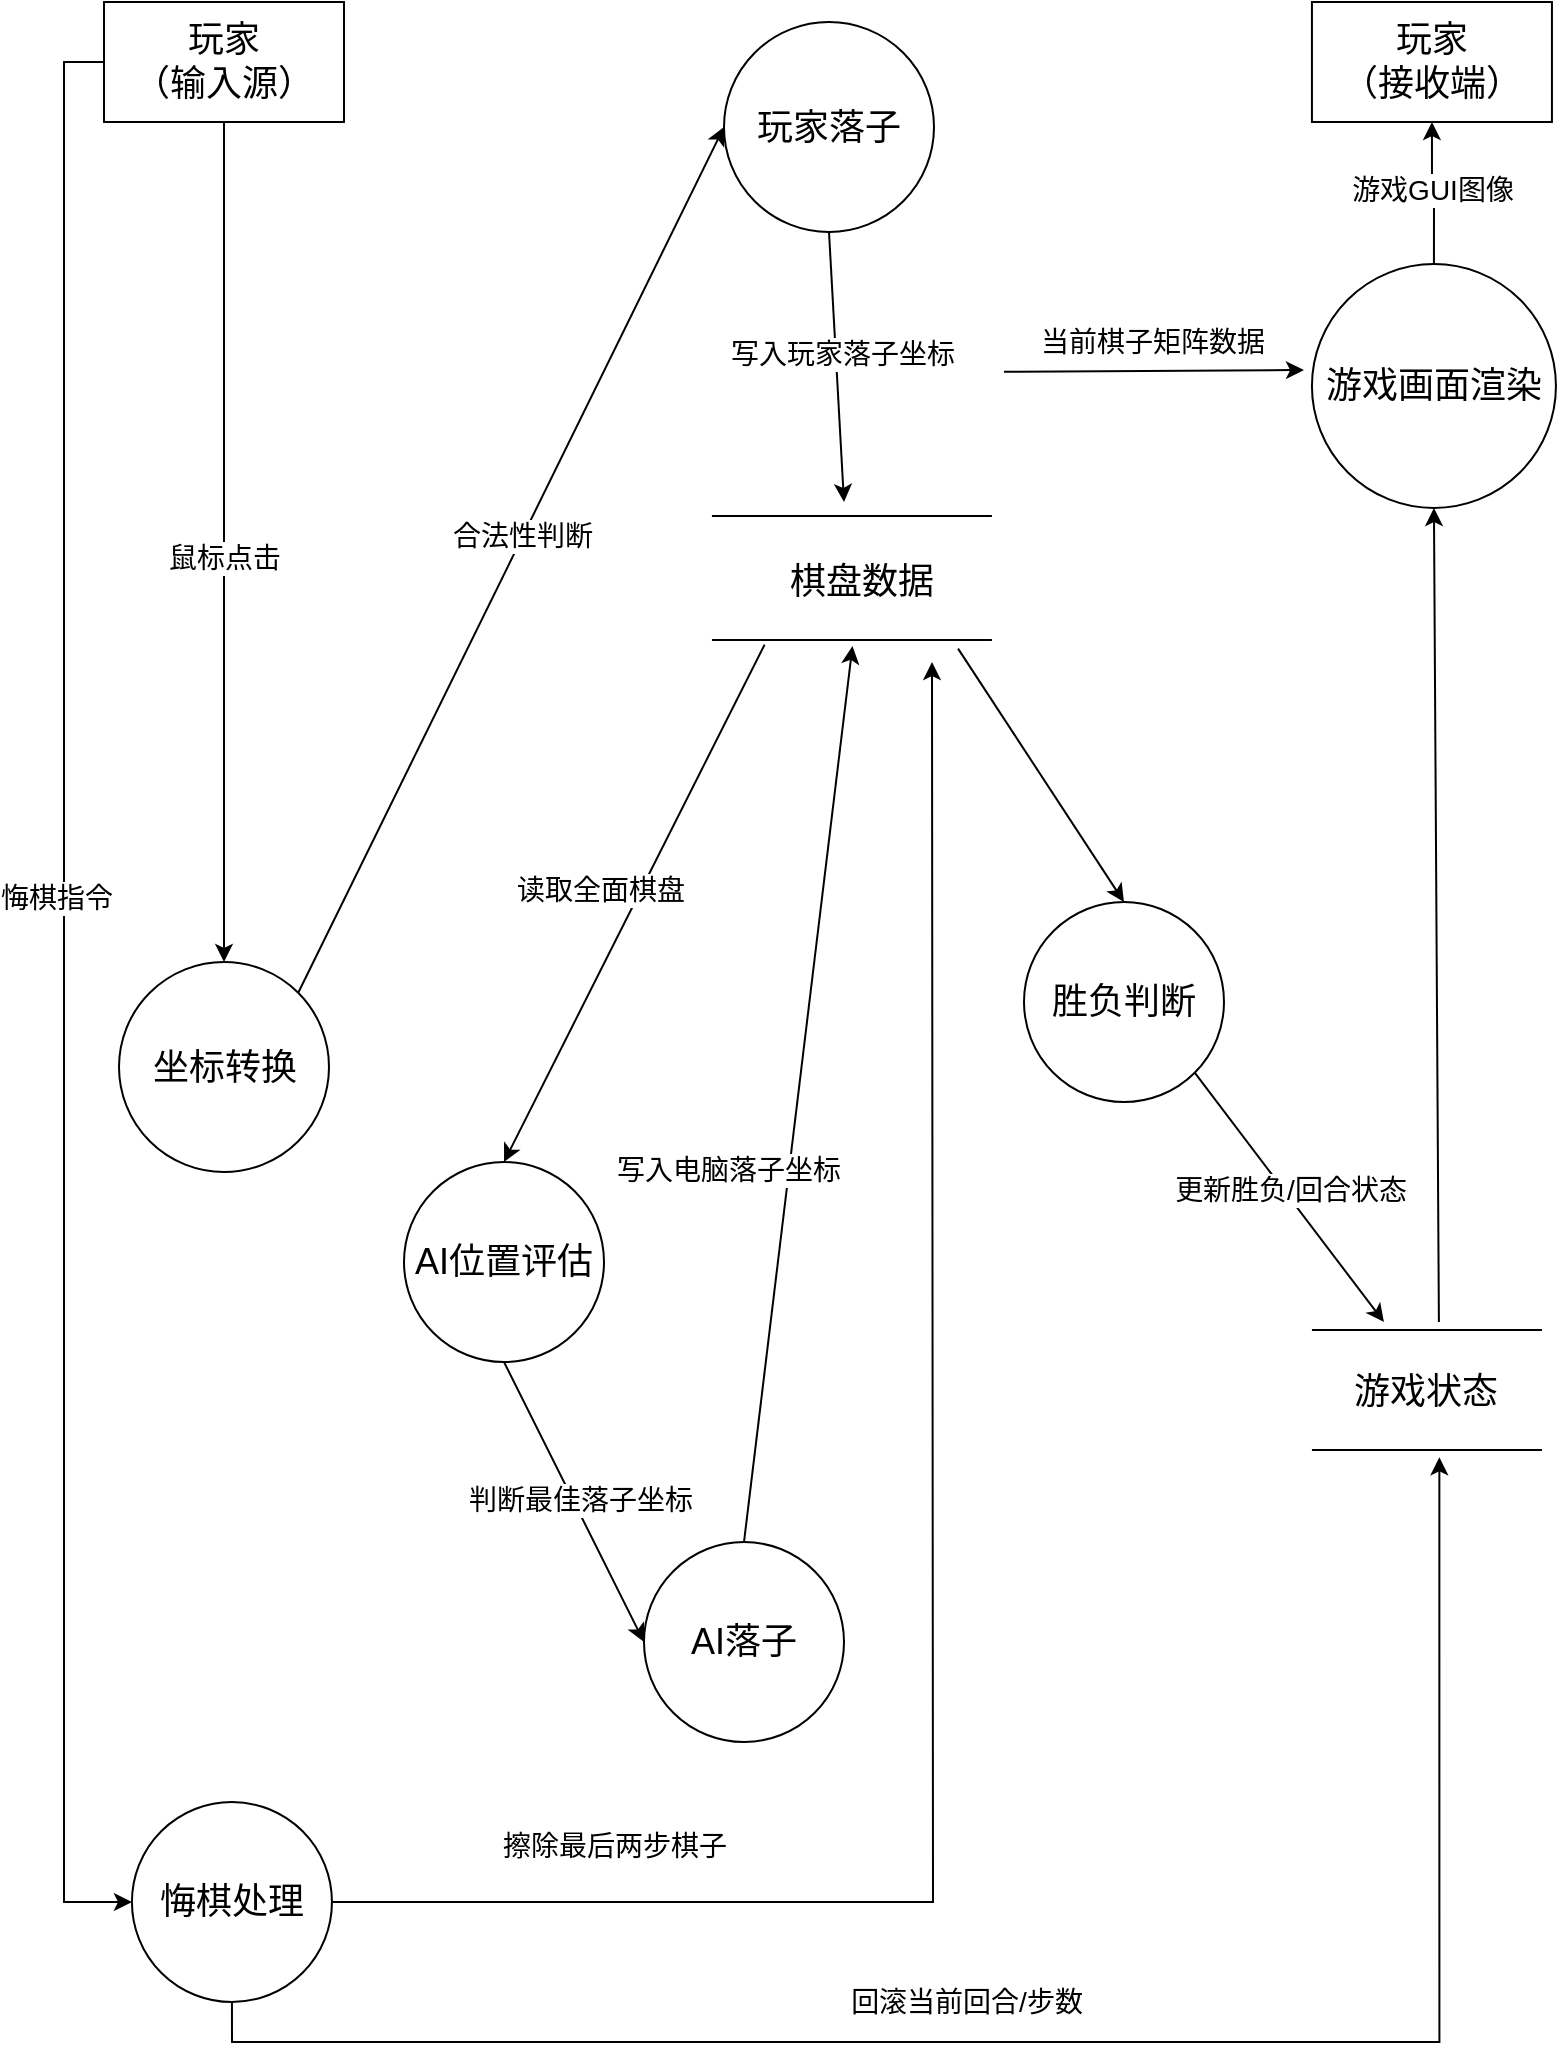
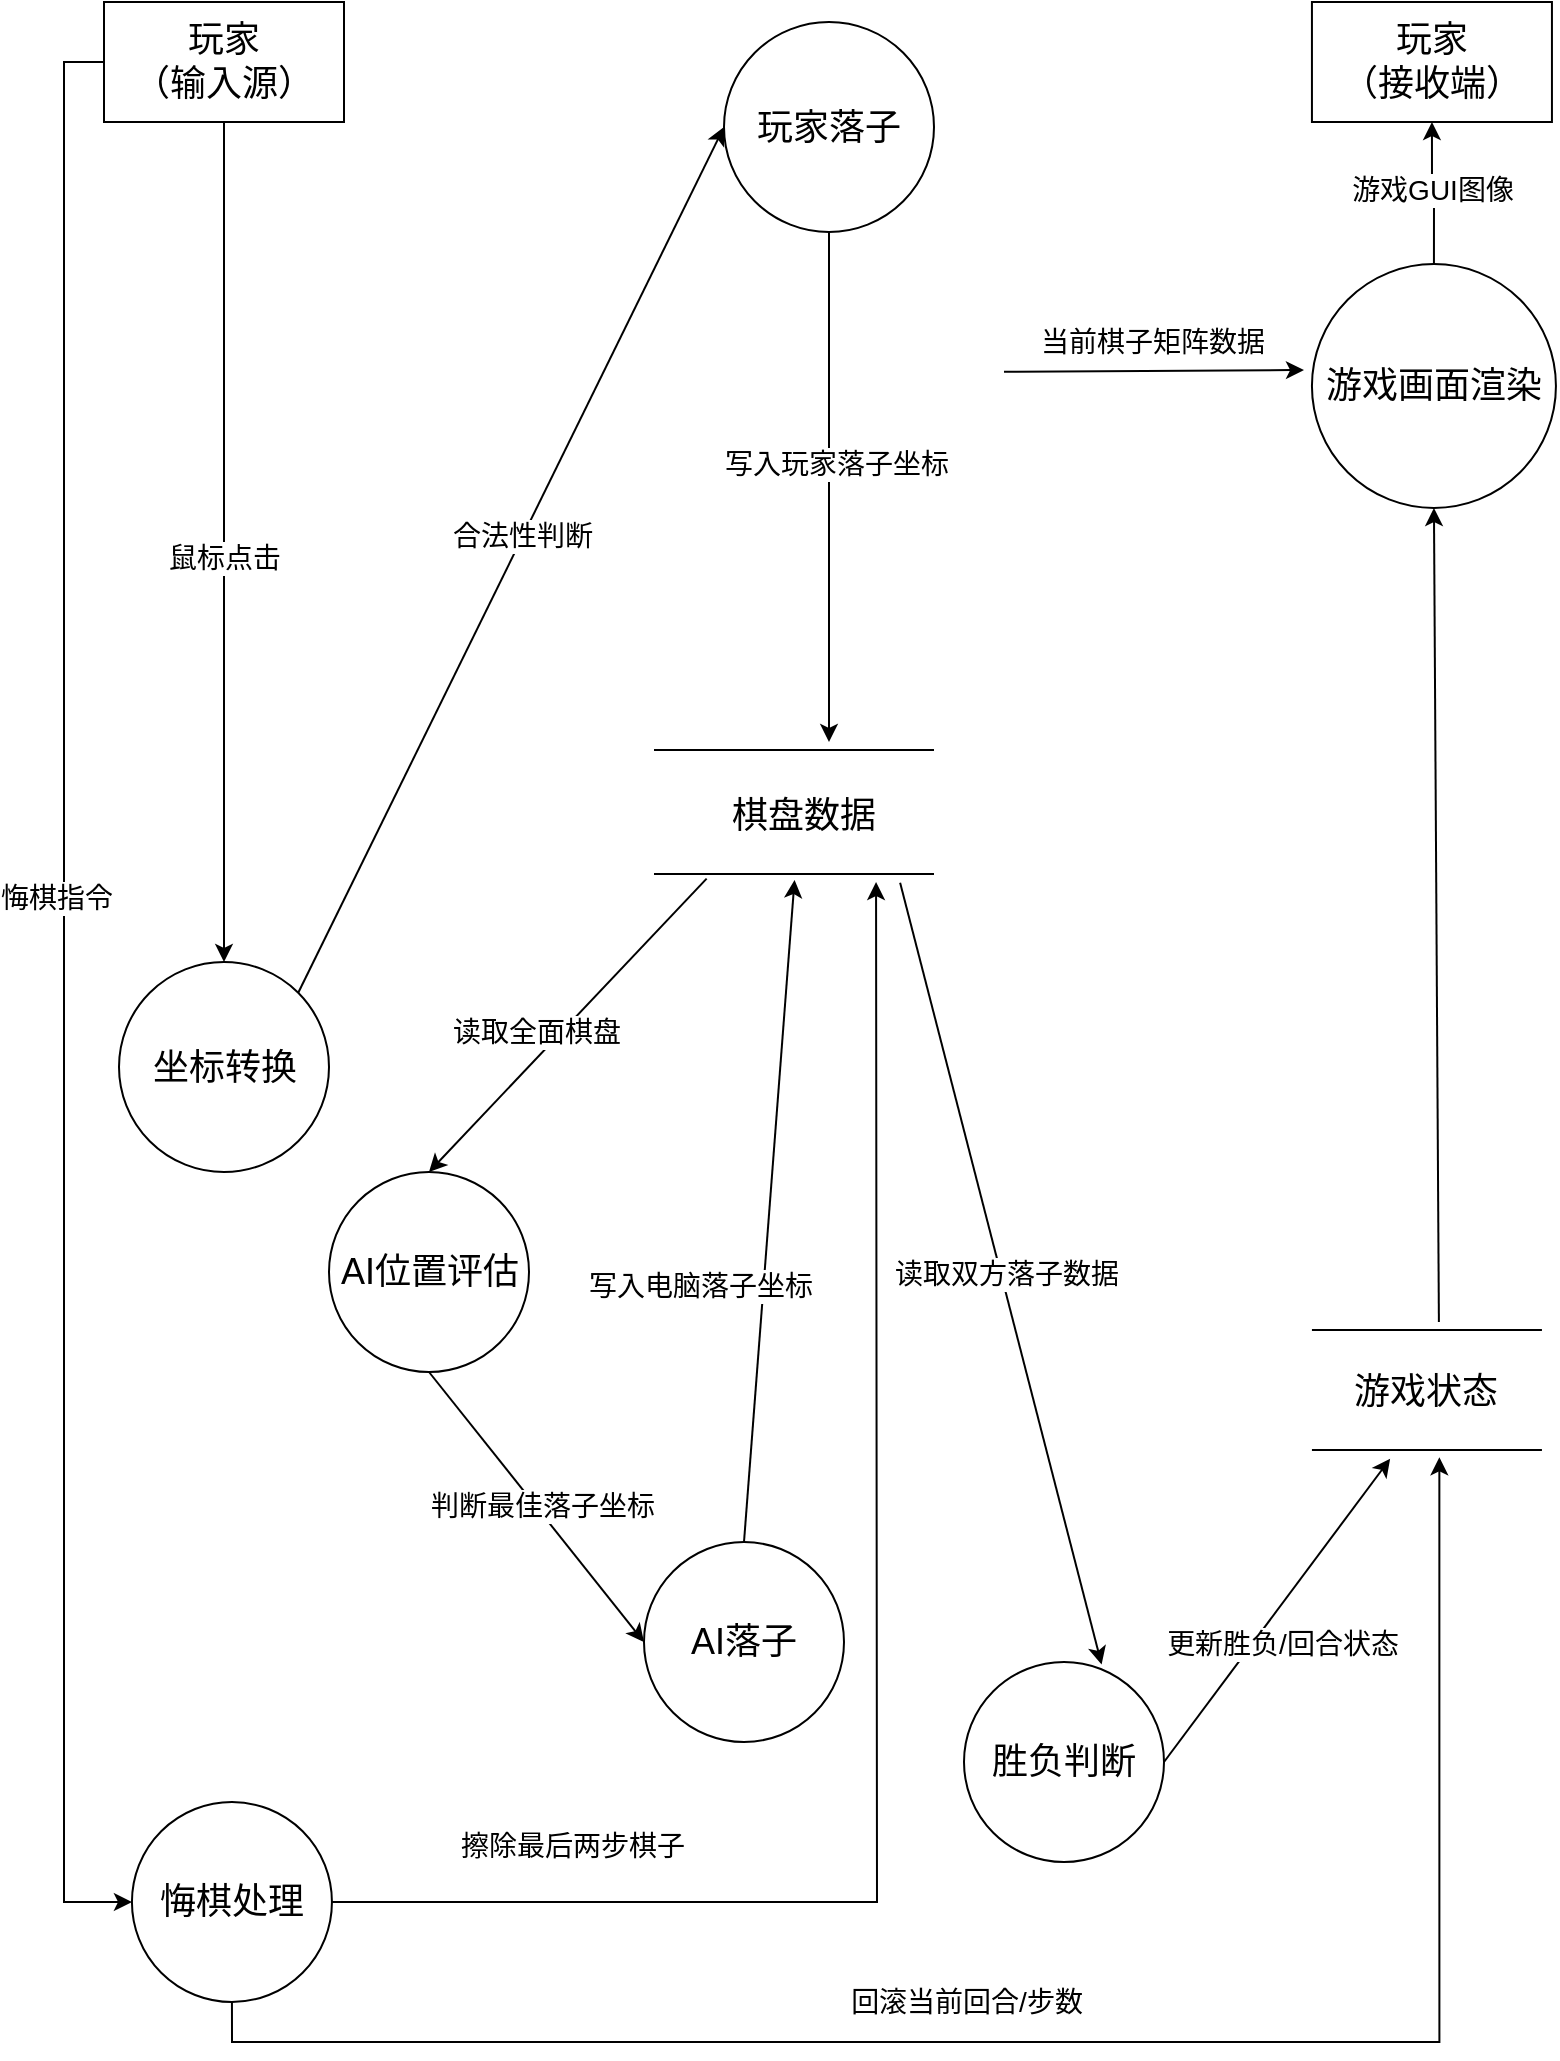
<mxfile host="app.diagrams.net">
  <diagram name="Page-1" id="hryGj0KzSXnJhMcqTr9-">
    <mxGraphModel dx="1413" dy="971" grid="1" gridSize="10" guides="1" tooltips="1" connect="1" arrows="1" fold="1" page="1" pageScale="1" pageWidth="827" pageHeight="1169" math="0" shadow="0">
      <root>
        <mxCell id="0" />
        <mxCell id="1" parent="0" />
        <mxCell id="fDHwApNMCYBN-XmplwMt-11" edge="1" parent="1" source="fDHwApNMCYBN-XmplwMt-3" style="rounded=0;orthogonalLoop=1;jettySize=auto;html=1;exitX=0.5;exitY=1;exitDx=0;exitDy=0;entryX=0.5;entryY=0;entryDx=0;entryDy=0;" target="SoA14i47H3jGXmkj97EN-22">
          <mxGeometry relative="1" as="geometry">
            <mxPoint x="93.97" y="200" as="targetPoint" />
          </mxGeometry>
        </mxCell>
        <mxCell id="fDHwApNMCYBN-XmplwMt-12" connectable="0" parent="fDHwApNMCYBN-XmplwMt-11" style="edgeLabel;html=1;align=center;verticalAlign=middle;resizable=0;points=[];" value="&lt;font style=&quot;font-size: 14px;&quot;&gt;鼠标点击&lt;/font&gt;" vertex="1">
          <mxGeometry relative="1" x="0.0364" as="geometry">
            <mxPoint as="offset" />
          </mxGeometry>
        </mxCell>
        <mxCell id="SoA14i47H3jGXmkj97EN-53" edge="1" parent="1" source="fDHwApNMCYBN-XmplwMt-3" style="edgeStyle=orthogonalEdgeStyle;rounded=0;orthogonalLoop=1;jettySize=auto;html=1;exitX=0;exitY=0.5;exitDx=0;exitDy=0;entryX=0;entryY=0.5;entryDx=0;entryDy=0;" target="SoA14i47H3jGXmkj97EN-41">
          <mxGeometry relative="1" as="geometry" />
        </mxCell>
        <mxCell id="SoA14i47H3jGXmkj97EN-54" connectable="0" parent="SoA14i47H3jGXmkj97EN-53" style="edgeLabel;html=1;align=center;verticalAlign=middle;resizable=0;points=[];" value="&lt;font style=&quot;font-size: 14px;&quot;&gt;悔棋指令&lt;/font&gt;" vertex="1">
          <mxGeometry relative="1" x="-0.1018" y="-4" as="geometry">
            <mxPoint as="offset" />
          </mxGeometry>
        </mxCell>
        <mxCell id="fDHwApNMCYBN-XmplwMt-3" parent="1" style="rounded=0;whiteSpace=wrap;html=1;" value="&lt;font style=&quot;font-size: 18px;&quot;&gt;玩家&lt;/font&gt;&lt;div&gt;&lt;font style=&quot;font-size: 18px;&quot;&gt;（输入源）&lt;/font&gt;&lt;/div&gt;" vertex="1">
          <mxGeometry height="60" width="120" x="60" y="30" as="geometry" />
        </mxCell>
        <mxCell id="SoA14i47H3jGXmkj97EN-37" edge="1" parent="1" source="SoA14i47H3jGXmkj97EN-64" style="edgeStyle=orthogonalEdgeStyle;rounded=0;orthogonalLoop=1;jettySize=auto;html=1;exitX=0.5;exitY=0;exitDx=0;exitDy=0;entryX=0.5;entryY=1;entryDx=0;entryDy=0;" target="fDHwApNMCYBN-XmplwMt-10">
          <mxGeometry relative="1" as="geometry">
            <mxPoint x="723.97" y="198" as="sourcePoint" />
          </mxGeometry>
        </mxCell>
        <mxCell id="SoA14i47H3jGXmkj97EN-38" connectable="0" parent="SoA14i47H3jGXmkj97EN-37" style="edgeLabel;html=1;align=center;verticalAlign=middle;resizable=0;points=[];" value="&lt;font style=&quot;font-size: 14px;&quot;&gt;游戏GUI图像&lt;/font&gt;" vertex="1">
          <mxGeometry relative="1" x="0.0741" as="geometry">
            <mxPoint as="offset" />
          </mxGeometry>
        </mxCell>
        <mxCell id="fDHwApNMCYBN-XmplwMt-10" parent="1" style="rounded=0;whiteSpace=wrap;html=1;" value="&lt;span style=&quot;font-size: 18px;&quot;&gt;玩家&lt;/span&gt;&lt;div&gt;&lt;span style=&quot;font-size: 18px;&quot;&gt;（接收端）&lt;/span&gt;&lt;/div&gt;" vertex="1">
          <mxGeometry height="60" width="120" x="663.97" y="30" as="geometry" />
        </mxCell>
        <mxCell id="SoA14i47H3jGXmkj97EN-14" edge="1" parent="1" source="SoA14i47H3jGXmkj97EN-28" style="endArrow=classic;html=1;rounded=0;exitX=0.188;exitY=0.792;exitDx=0;exitDy=0;exitPerimeter=0;entryX=0.5;entryY=0;entryDx=0;entryDy=0;" target="SoA14i47H3jGXmkj97EN-23" value="">
          <mxGeometry height="50" relative="1" width="50" as="geometry">
            <mxPoint x="368.3400000000001" y="258.00399999999996" as="sourcePoint" />
            <mxPoint x="178.5" y="370" as="targetPoint" />
          </mxGeometry>
        </mxCell>
        <mxCell id="SoA14i47H3jGXmkj97EN-15" connectable="0" parent="SoA14i47H3jGXmkj97EN-14" style="edgeLabel;html=1;align=center;verticalAlign=middle;resizable=0;points=[];" value="&lt;font style=&quot;font-size: 14px;&quot;&gt;读取全面棋盘&lt;/font&gt;" vertex="1">
          <mxGeometry relative="1" x="-0.1782" as="geometry">
            <mxPoint x="-29" y="16" as="offset" />
          </mxGeometry>
        </mxCell>
        <mxCell id="SoA14i47H3jGXmkj97EN-16" edge="1" parent="1" style="endArrow=classic;html=1;rounded=0;" value="">
          <mxGeometry height="50" relative="1" width="50" as="geometry">
            <mxPoint x="510" y="214.91" as="sourcePoint" />
            <mxPoint x="660" y="214" as="targetPoint" />
          </mxGeometry>
        </mxCell>
        <mxCell id="SoA14i47H3jGXmkj97EN-17" connectable="0" parent="SoA14i47H3jGXmkj97EN-16" style="edgeLabel;html=1;align=center;verticalAlign=middle;resizable=0;points=[];" value="&lt;span style=&quot;font-size: 14px;&quot;&gt;当前棋子矩阵数据&lt;/span&gt;" vertex="1">
          <mxGeometry relative="1" x="0.0202" y="1" as="geometry">
            <mxPoint x="-3" y="-14" as="offset" />
          </mxGeometry>
        </mxCell>
        <mxCell id="SoA14i47H3jGXmkj97EN-75" edge="1" parent="1" source="SoA14i47H3jGXmkj97EN-22" style="rounded=0;orthogonalLoop=1;jettySize=auto;html=1;exitX=1;exitY=0;exitDx=0;exitDy=0;entryX=0;entryY=0.5;entryDx=0;entryDy=0;" target="SoA14i47H3jGXmkj97EN-74">
          <mxGeometry relative="1" as="geometry" />
        </mxCell>
        <mxCell id="SoA14i47H3jGXmkj97EN-76" connectable="0" parent="SoA14i47H3jGXmkj97EN-75" style="edgeLabel;html=1;align=center;verticalAlign=middle;resizable=0;points=[];" value="&lt;font style=&quot;font-size: 14px;&quot;&gt;合法性判断&lt;/font&gt;" vertex="1">
          <mxGeometry relative="1" x="0.0527" y="1" as="geometry">
            <mxPoint as="offset" />
          </mxGeometry>
        </mxCell>
        <mxCell id="SoA14i47H3jGXmkj97EN-22" parent="1" style="ellipse;whiteSpace=wrap;html=1;aspect=fixed;" value="&lt;font style=&quot;font-size: 18px;&quot;&gt;坐标转换&lt;/font&gt;" vertex="1">
          <mxGeometry height="105" width="105" x="67.5" y="510" as="geometry" />
        </mxCell>
        <mxCell id="SoA14i47H3jGXmkj97EN-23" parent="1" style="ellipse;whiteSpace=wrap;html=1;aspect=fixed;" value="&lt;font style=&quot;font-size: 18px;&quot;&gt;AI位置评估&lt;/font&gt;" vertex="1">
-           <mxGeometry height="100" width="100" x="210" y="610" as="geometry" />
+           <mxGeometry height="100" width="100" x="172.5" y="615" as="geometry" />
        </mxCell>
        <mxCell id="SoA14i47H3jGXmkj97EN-24" parent="1" style="ellipse;whiteSpace=wrap;html=1;aspect=fixed;" value="&lt;font style=&quot;font-size: 18px;&quot;&gt;AI落子&lt;/font&gt;" vertex="1">
          <mxGeometry height="100" width="100" x="330" y="800" as="geometry" />
        </mxCell>
-         <mxCell id="SoA14i47H3jGXmkj97EN-60" edge="1" parent="1" source="SoA14i47H3jGXmkj97EN-25" style="rounded=0;orthogonalLoop=1;jettySize=auto;html=1;exitX=1;exitY=1;exitDx=0;exitDy=0;entryX=0.313;entryY=0;entryDx=0;entryDy=0;entryPerimeter=0;" target="SoA14i47H3jGXmkj97EN-49">
+         <mxCell id="SoA14i47H3jGXmkj97EN-60" edge="1" parent="1" source="SoA14i47H3jGXmkj97EN-25" style="rounded=0;orthogonalLoop=1;jettySize=auto;html=1;exitX=1;exitY=0.5;exitDx=0;exitDy=0;entryX=0.34;entryY=1.051;entryDx=0;entryDy=0;entryPerimeter=0;" target="SoA14i47H3jGXmkj97EN-50">
          <mxGeometry relative="1" as="geometry">
            <mxPoint x="700" y="630" as="targetPoint" />
          </mxGeometry>
        </mxCell>
        <mxCell id="SoA14i47H3jGXmkj97EN-61" connectable="0" parent="SoA14i47H3jGXmkj97EN-60" style="edgeLabel;html=1;align=center;verticalAlign=middle;resizable=0;points=[];" value="&lt;font style=&quot;font-size: 14px;&quot;&gt;更新胜负/回合状态&lt;/font&gt;" vertex="1">
          <mxGeometry relative="1" x="-0.1486" y="-2" as="geometry">
            <mxPoint x="9" y="4" as="offset" />
          </mxGeometry>
        </mxCell>
        <mxCell id="SoA14i47H3jGXmkj97EN-25" parent="1" style="ellipse;whiteSpace=wrap;html=1;aspect=fixed;" value="&lt;font style=&quot;font-size: 18px;&quot;&gt;胜负判断&lt;/font&gt;" vertex="1">
-           <mxGeometry height="100" width="100" x="520" y="480" as="geometry" />
+           <mxGeometry height="100" width="100" x="490" y="860" as="geometry" />
        </mxCell>
        <mxCell id="SoA14i47H3jGXmkj97EN-27" parent="1" style="line;strokeWidth=1;fillColor=none;align=left;verticalAlign=middle;spacingTop=-1;spacingLeft=3;spacingRight=3;rotatable=0;labelPosition=right;points=[];portConstraint=eastwest;strokeColor=inherit;" value="" vertex="1">
-           <mxGeometry height="8" width="140" x="363.96999999999997" y="283" as="geometry" />
+           <mxGeometry height="8" width="140" x="335" y="400" as="geometry" />
        </mxCell>
        <mxCell id="SoA14i47H3jGXmkj97EN-28" parent="1" style="line;strokeWidth=1;fillColor=none;align=left;verticalAlign=middle;spacingTop=-1;spacingLeft=3;spacingRight=3;rotatable=0;labelPosition=right;points=[];portConstraint=eastwest;strokeColor=inherit;" value="" vertex="1">
-           <mxGeometry height="8" width="140" x="363.96999999999997" y="345" as="geometry" />
+           <mxGeometry height="8" width="140" x="335" y="462" as="geometry" />
        </mxCell>
        <mxCell id="SoA14i47H3jGXmkj97EN-29" parent="1" style="text;html=1;whiteSpace=wrap;strokeColor=none;fillColor=none;align=center;verticalAlign=middle;rounded=0;" value="&lt;font style=&quot;font-size: 18px;&quot;&gt;棋盘数据&lt;/font&gt;" vertex="1">
-           <mxGeometry height="30" width="110" x="383.96999999999997" y="305" as="geometry" />
+           <mxGeometry height="30" width="110" x="355" y="422" as="geometry" />
        </mxCell>
        <mxCell id="SoA14i47H3jGXmkj97EN-31" edge="1" parent="1" source="SoA14i47H3jGXmkj97EN-23" style="endArrow=classic;html=1;rounded=0;entryX=0;entryY=0.5;entryDx=0;entryDy=0;exitX=0.5;exitY=1;exitDx=0;exitDy=0;" target="SoA14i47H3jGXmkj97EN-24" value="">
          <mxGeometry height="50" relative="1" width="50" as="geometry">
            <mxPoint x="451.90299999999996" y="310" as="sourcePoint" />
            <mxPoint x="189.57999999999993" y="560.336" as="targetPoint" />
          </mxGeometry>
        </mxCell>
        <mxCell id="SoA14i47H3jGXmkj97EN-71" connectable="0" parent="SoA14i47H3jGXmkj97EN-31" style="edgeLabel;html=1;align=center;verticalAlign=middle;resizable=0;points=[];" value="&lt;font style=&quot;font-size: 14px;&quot;&gt;判断最佳落子坐标&lt;/font&gt;" vertex="1">
          <mxGeometry relative="1" x="0.0182" y="2" as="geometry">
            <mxPoint y="-1" as="offset" />
          </mxGeometry>
        </mxCell>
        <mxCell id="SoA14i47H3jGXmkj97EN-35" edge="1" parent="1" source="SoA14i47H3jGXmkj97EN-24" style="rounded=0;orthogonalLoop=1;jettySize=auto;html=1;exitX=0.5;exitY=0;exitDx=0;exitDy=0;entryX=0.502;entryY=0.875;entryDx=0;entryDy=0;entryPerimeter=0;" target="SoA14i47H3jGXmkj97EN-28">
          <mxGeometry relative="1" as="geometry" />
        </mxCell>
        <mxCell id="SoA14i47H3jGXmkj97EN-36" connectable="0" parent="SoA14i47H3jGXmkj97EN-35" style="edgeLabel;html=1;align=center;verticalAlign=middle;resizable=0;points=[];" value="&lt;span style=&quot;font-size: 14px;&quot;&gt;写入电脑落子坐标&lt;/span&gt;" vertex="1">
          <mxGeometry relative="1" x="-0.0044" y="1" as="geometry">
            <mxPoint x="-34" y="37" as="offset" />
          </mxGeometry>
        </mxCell>
-         <mxCell id="SoA14i47H3jGXmkj97EN-55" edge="1" parent="1" source="SoA14i47H3jGXmkj97EN-41" style="edgeStyle=orthogonalEdgeStyle;rounded=0;orthogonalLoop=1;jettySize=auto;html=1;exitX=1;exitY=0.5;exitDx=0;exitDy=0;">
+         <mxCell id="SoA14i47H3jGXmkj97EN-55" edge="1" parent="1" source="SoA14i47H3jGXmkj97EN-41" style="edgeStyle=orthogonalEdgeStyle;rounded=0;orthogonalLoop=1;jettySize=auto;html=1;exitX=1;exitY=0.5;exitDx=0;exitDy=0;entryX=0.75;entryY=1;entryDx=0;entryDy=0;entryPerimeter=0;">
          <mxGeometry relative="1" as="geometry">
-             <mxPoint x="200" y="790" as="sourcePoint" />
-             <mxPoint x="474" y="360" as="targetPoint" />
+             <mxPoint x="180.00000000000003" y="980" as="sourcePoint" />
+             <mxPoint x="446.03" y="470" as="targetPoint" />
          </mxGeometry>
        </mxCell>
        <mxCell id="SoA14i47H3jGXmkj97EN-57" connectable="0" parent="SoA14i47H3jGXmkj97EN-55" style="edgeLabel;html=1;align=center;verticalAlign=middle;resizable=0;points=[];" value="&lt;font style=&quot;font-size: 14px;&quot;&gt;擦除最后两步棋子&lt;/font&gt;" vertex="1">
          <mxGeometry relative="1" x="-0.6914" y="3" as="geometry">
            <mxPoint x="-1" y="-25" as="offset" />
          </mxGeometry>
        </mxCell>
        <mxCell id="SoA14i47H3jGXmkj97EN-41" parent="1" style="ellipse;whiteSpace=wrap;html=1;aspect=fixed;" value="&lt;font style=&quot;font-size: 18px;&quot;&gt;悔棋处理&lt;/font&gt;" vertex="1">
          <mxGeometry height="100" width="100" x="73.97" y="930" as="geometry" />
        </mxCell>
        <mxCell id="SoA14i47H3jGXmkj97EN-49" parent="1" style="line;strokeWidth=1;fillColor=none;align=left;verticalAlign=middle;spacingTop=-1;spacingLeft=3;spacingRight=3;rotatable=0;labelPosition=right;points=[];portConstraint=eastwest;strokeColor=inherit;" value="" vertex="1">
          <mxGeometry height="8" width="115" x="663.97" y="690" as="geometry" />
        </mxCell>
        <mxCell id="SoA14i47H3jGXmkj97EN-50" parent="1" style="line;strokeWidth=1;fillColor=none;align=left;verticalAlign=middle;spacingTop=-1;spacingLeft=3;spacingRight=3;rotatable=0;labelPosition=right;points=[];portConstraint=eastwest;strokeColor=inherit;" value="" vertex="1">
          <mxGeometry height="8" width="115" x="663.97" y="750" as="geometry" />
        </mxCell>
        <mxCell id="SoA14i47H3jGXmkj97EN-51" parent="1" style="text;html=1;whiteSpace=wrap;strokeColor=none;fillColor=none;align=center;verticalAlign=middle;rounded=0;" value="&lt;span style=&quot;font-size: 18px;&quot;&gt;游戏状态&lt;/span&gt;" vertex="1">
          <mxGeometry height="30" width="110" x="666.47" y="710" as="geometry" />
        </mxCell>
-         <mxCell id="SoA14i47H3jGXmkj97EN-65" edge="1" parent="1" source="SoA14i47H3jGXmkj97EN-28" style="endArrow=classic;html=1;rounded=0;exitX=0.879;exitY=1.042;exitDx=0;exitDy=0;exitPerimeter=0;entryX=0.5;entryY=0;entryDx=0;entryDy=0;" target="SoA14i47H3jGXmkj97EN-25" value="">
+         <mxCell id="SoA14i47H3jGXmkj97EN-65" edge="1" parent="1" source="SoA14i47H3jGXmkj97EN-28" style="endArrow=classic;html=1;rounded=0;exitX=0.879;exitY=1.042;exitDx=0;exitDy=0;exitPerimeter=0;entryX=0.688;entryY=0.012;entryDx=0;entryDy=0;entryPerimeter=0;" target="SoA14i47H3jGXmkj97EN-25" value="">
          <mxGeometry height="50" relative="1" width="50" as="geometry">
            <mxPoint x="610" y="490" as="sourcePoint" />
            <mxPoint x="560" y="540" as="targetPoint" />
+           </mxGeometry>
+         </mxCell>
+         <mxCell id="SoA14i47H3jGXmkj97EN-81" connectable="0" parent="SoA14i47H3jGXmkj97EN-65" style="edgeLabel;html=1;align=center;verticalAlign=middle;resizable=0;points=[];" value="&lt;font style=&quot;font-size: 14px;&quot;&gt;读取双方落子数据&lt;/font&gt;" vertex="1">
+           <mxGeometry relative="1" x="0.0041" y="2" as="geometry">
+             <mxPoint as="offset" />
          </mxGeometry>
        </mxCell>
        <mxCell id="SoA14i47H3jGXmkj97EN-66" edge="1" parent="1" source="SoA14i47H3jGXmkj97EN-41" style="edgeStyle=orthogonalEdgeStyle;rounded=0;orthogonalLoop=1;jettySize=auto;html=1;exitX=0.5;exitY=1;exitDx=0;exitDy=0;entryX=0.554;entryY=0.958;entryDx=0;entryDy=0;entryPerimeter=0;" target="SoA14i47H3jGXmkj97EN-50">
          <mxGeometry relative="1" as="geometry" />
        </mxCell>
        <mxCell id="SoA14i47H3jGXmkj97EN-68" connectable="0" parent="SoA14i47H3jGXmkj97EN-66" style="edgeLabel;html=1;align=center;verticalAlign=middle;resizable=0;points=[];" value="&lt;font style=&quot;font-size: 14px;&quot;&gt;回滚当前回合/步数&lt;/font&gt;" vertex="1">
          <mxGeometry relative="1" x="-0.156" y="-3" as="geometry">
            <mxPoint y="-23" as="offset" />
          </mxGeometry>
        </mxCell>
        <mxCell id="SoA14i47H3jGXmkj97EN-67" edge="1" parent="1" source="SoA14i47H3jGXmkj97EN-49" style="endArrow=classic;html=1;rounded=0;exitX=0.552;exitY=0;exitDx=0;exitDy=0;exitPerimeter=0;entryX=0.5;entryY=1;entryDx=0;entryDy=0;" target="SoA14i47H3jGXmkj97EN-64" value="">
          <mxGeometry height="50" relative="1" width="50" as="geometry">
            <mxPoint x="662.97" y="450" as="sourcePoint" />
            <mxPoint x="712.97" y="400" as="targetPoint" />
          </mxGeometry>
        </mxCell>
        <mxCell id="SoA14i47H3jGXmkj97EN-64" parent="1" style="ellipse;whiteSpace=wrap;html=1;aspect=fixed;" value="&lt;font style=&quot;font-size: 18px;&quot;&gt;游戏画面渲染&lt;/font&gt;" vertex="1">
          <mxGeometry height="122" width="122" x="663.97" y="161" as="geometry" />
        </mxCell>
        <mxCell id="SoA14i47H3jGXmkj97EN-74" parent="1" style="ellipse;whiteSpace=wrap;html=1;aspect=fixed;" value="&lt;font style=&quot;font-size: 18px;&quot;&gt;玩家落子&lt;/font&gt;" vertex="1">
          <mxGeometry height="105" width="105" x="370" y="40" as="geometry" />
        </mxCell>
-         <mxCell id="SoA14i47H3jGXmkj97EN-78" edge="1" parent="1" source="SoA14i47H3jGXmkj97EN-74" style="rounded=0;orthogonalLoop=1;jettySize=auto;html=1;exitX=0.5;exitY=1;exitDx=0;exitDy=0;">
+         <mxCell id="SoA14i47H3jGXmkj97EN-78" edge="1" parent="1" source="SoA14i47H3jGXmkj97EN-74" style="rounded=0;orthogonalLoop=1;jettySize=auto;html=1;exitX=0.5;exitY=1;exitDx=0;exitDy=0;entryX=0.625;entryY=0;entryDx=0;entryDy=0;entryPerimeter=0;" target="SoA14i47H3jGXmkj97EN-27">
          <mxGeometry relative="1" as="geometry">
            <mxPoint x="430" y="280" as="targetPoint" />
          </mxGeometry>
        </mxCell>
        <mxCell id="SoA14i47H3jGXmkj97EN-80" connectable="0" parent="SoA14i47H3jGXmkj97EN-78" style="edgeLabel;html=1;align=center;verticalAlign=middle;resizable=0;points=[];" value="&lt;font style=&quot;font-size: 14px;&quot;&gt;写入玩家落子坐标&lt;/font&gt;" vertex="1">
          <mxGeometry relative="1" x="-0.0903" y="3" as="geometry">
            <mxPoint as="offset" />
          </mxGeometry>
        </mxCell>
      </root>
    </mxGraphModel>
  </diagram>
</mxfile>
